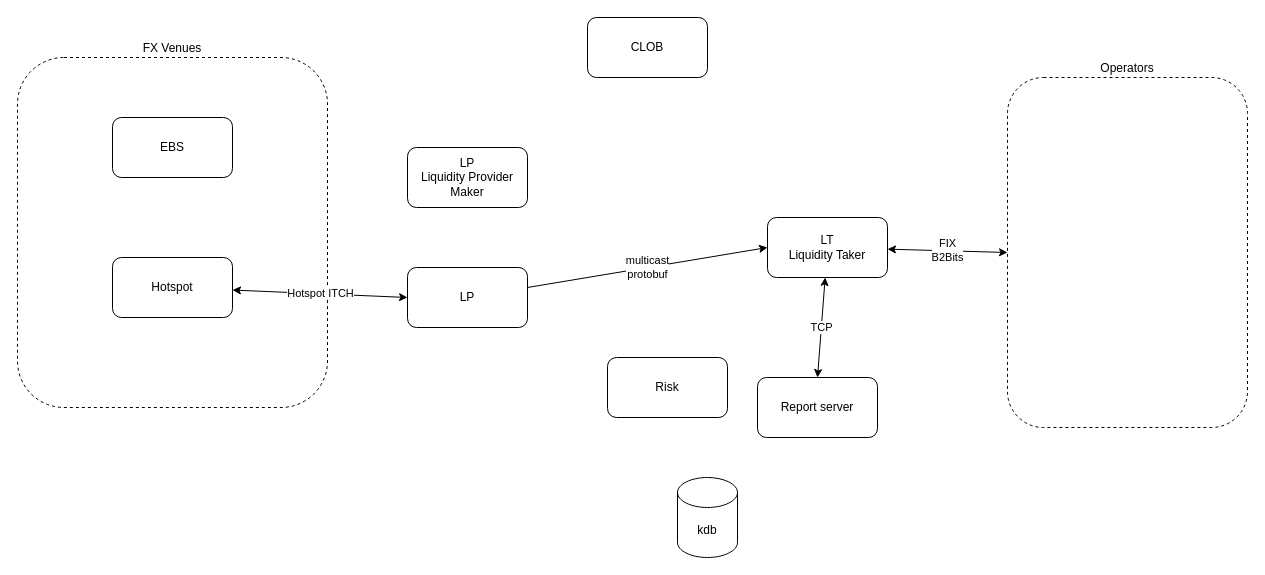
tim-lucera/diagrams keeps this draw.io diagram as lumefx.drawio. Above is the earlier version. Source tidied: cells renumbered, new cells numbered last; positions are measured from the earlier drawing's top-left corner, leaving out a move shared by most shapes. Both pictures are drawn from the tidied source at 100%, with x=0, y=0 at pixel (17, 17).
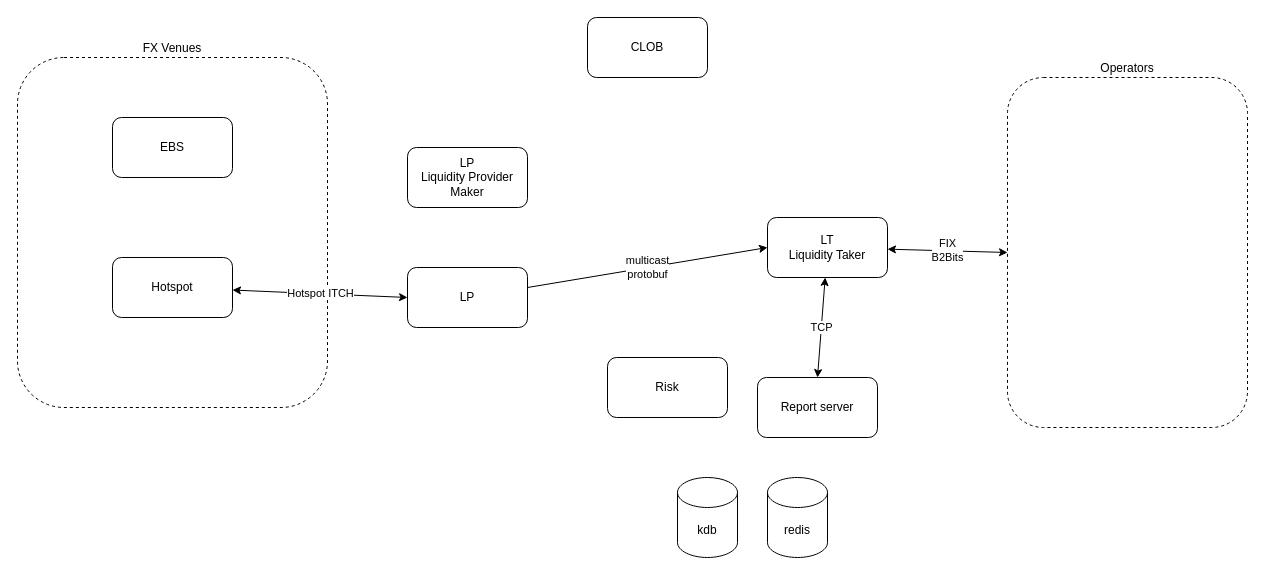
The same diagram, later.

The edit, as a diff of the source:
```diff
@@
 <mxGraphModel>
   <root>
     <mxCell id="0" />
     <mxCell id="1" parent="0" />
     <mxCell id="2" value="FX Venues" style="rounded=1;whiteSpace=wrap;html=1;fillColor=none;dashed=1;labelPosition=center;verticalLabelPosition=top;align=center;verticalAlign=bottom;" parent="1" vertex="1">
       <mxGeometry y="40" width="310" height="350" as="geometry" />
     </mxCell>
     <mxCell id="3" value="&lt;div&gt;LP&lt;/div&gt;&lt;div&gt;Liquidity Provider&lt;/div&gt;&lt;div&gt;Maker&lt;br&gt;&lt;/div&gt;" style="rounded=1;whiteSpace=wrap;html=1;" parent="1" vertex="1">
       <mxGeometry x="390" y="130" width="120" height="60" as="geometry" />
     </mxCell>
     <mxCell id="4" value="&lt;div&gt;multicast&lt;/div&gt;&lt;div&gt;protobuf&lt;br&gt;&lt;/div&gt;" style="rounded=0;jettySize=auto;html=1;entryX=0;entryY=0.5;entryDx=0;entryDy=0;" parent="1" edge="1" source="5" target="9">
       <mxGeometry relative="1" as="geometry" />
     </mxCell>
     <mxCell id="5" value="&lt;div&gt;LP&lt;/div&gt;" style="rounded=1;whiteSpace=wrap;html=1;" parent="1" vertex="1">
       <mxGeometry x="390" y="250" width="120" height="60" as="geometry" />
     </mxCell>
     <mxCell id="6" value="&lt;div&gt;CLOB&lt;/div&gt;" style="rounded=1;whiteSpace=wrap;html=1;" parent="1" vertex="1">
       <mxGeometry x="570" width="120" height="60" as="geometry" />
     </mxCell>
     <mxCell id="7" value="TCP" style="edgeStyle=none;rounded=0;jettySize=auto;html=1;entryX=0.5;entryY=0;entryDx=0;entryDy=0;startArrow=classic;startFill=1;" parent="1" edge="1" source="9" target="14">
       <mxGeometry relative="1" as="geometry" />
     </mxCell>
     <mxCell id="8" value="&lt;div&gt;FIX&lt;/div&gt;&lt;div&gt;B2Bits&lt;br&gt;&lt;/div&gt;" style="edgeStyle=none;rounded=0;jettySize=auto;html=1;entryX=0;entryY=0.5;entryDx=0;entryDy=0;startArrow=classic;startFill=1;" parent="1" edge="1" source="9" target="16">
       <mxGeometry relative="1" as="geometry" />
     </mxCell>
     <mxCell id="9" value="&lt;div&gt;LT&lt;/div&gt;&lt;div&gt;Liquidity Taker&lt;/div&gt;" style="rounded=1;whiteSpace=wrap;html=1;" parent="1" vertex="1">
       <mxGeometry x="750" y="200" width="120" height="60" as="geometry" />
     </mxCell>
     <mxCell id="10" value="Risk" style="rounded=1;whiteSpace=wrap;html=1;" parent="1" vertex="1">
       <mxGeometry x="590" y="340" width="120" height="60" as="geometry" />
     </mxCell>
     <mxCell id="11" value="Hotspot ITCH" style="edgeStyle=none;rounded=0;jettySize=auto;html=1;entryX=0;entryY=0.5;entryDx=0;entryDy=0;startArrow=classic;startFill=1;" parent="1" edge="1" source="12" target="5">
       <mxGeometry relative="1" as="geometry" />
     </mxCell>
     <mxCell id="12" value="&lt;div&gt;Hotspot&lt;/div&gt;" style="rounded=1;whiteSpace=wrap;html=1;" parent="1" vertex="1">
       <mxGeometry x="95" y="240" width="120" height="60" as="geometry" />
     </mxCell>
     <mxCell id="13" value="EBS" style="rounded=1;whiteSpace=wrap;html=1;" parent="1" vertex="1">
       <mxGeometry x="95" y="100" width="120" height="60" as="geometry" />
     </mxCell>
     <mxCell id="14" value="Report server" style="rounded=1;whiteSpace=wrap;html=1;" parent="1" vertex="1">
       <mxGeometry x="740" y="360" width="120" height="60" as="geometry" />
     </mxCell>
     <mxCell id="15" value="&lt;div&gt;kdb&lt;/div&gt;" style="shape=cylinder3;whiteSpace=wrap;html=1;boundedLbl=1;backgroundOutline=1;size=15;fillColor=default;" parent="1" vertex="1">
       <mxGeometry x="660" y="460" width="60" height="80" as="geometry" />
     </mxCell>
     <mxCell id="16" value="Operators" style="rounded=1;whiteSpace=wrap;html=1;fillColor=none;dashed=1;labelPosition=center;verticalLabelPosition=top;align=center;verticalAlign=bottom;" parent="1" vertex="1">
       <mxGeometry x="990" y="60" width="240" height="350" as="geometry" />
     </mxCell>
+    <mxCell id="17" value="redis" style="shape=cylinder3;whiteSpace=wrap;html=1;boundedLbl=1;backgroundOutline=1;size=15;fillColor=default;" parent="1" vertex="1">
+      <mxGeometry x="750" y="460" width="60" height="80" as="geometry" />
+    </mxCell>
   </root>
 </mxGraphModel>
```
